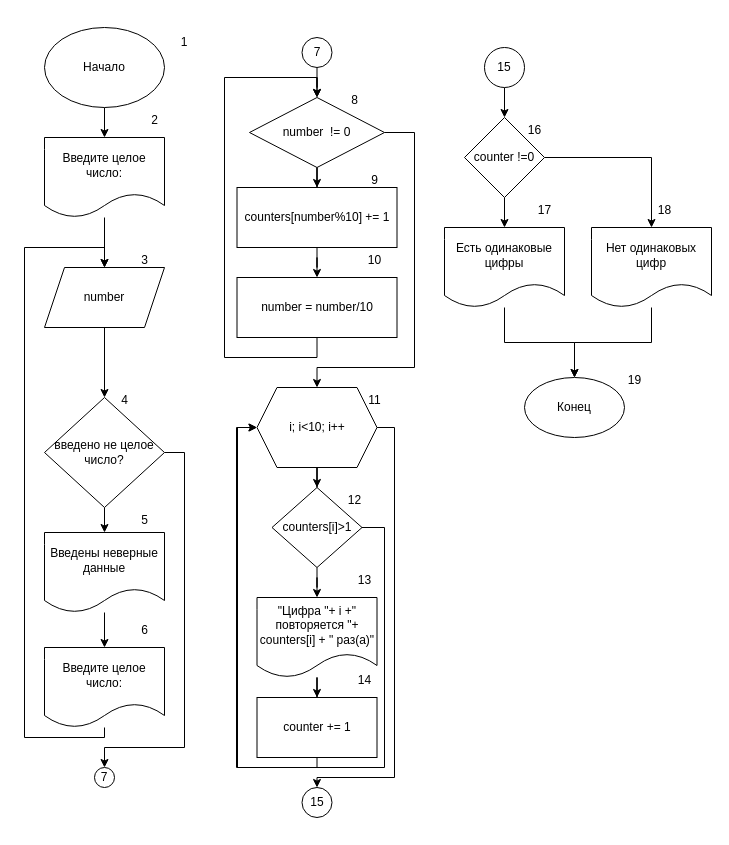
The draw.io diagram Задание5.drawio in 00Unreal00/projectforprogramming, before the edit. Source tidied: cells renumbered, new cells numbered last; positions are measured from the earlier drawing's top-left corner, leaving out a move shared by most shapes. Both pictures are drawn from the tidied source at 100%, with x=0, y=0 at pixel (24, 27).
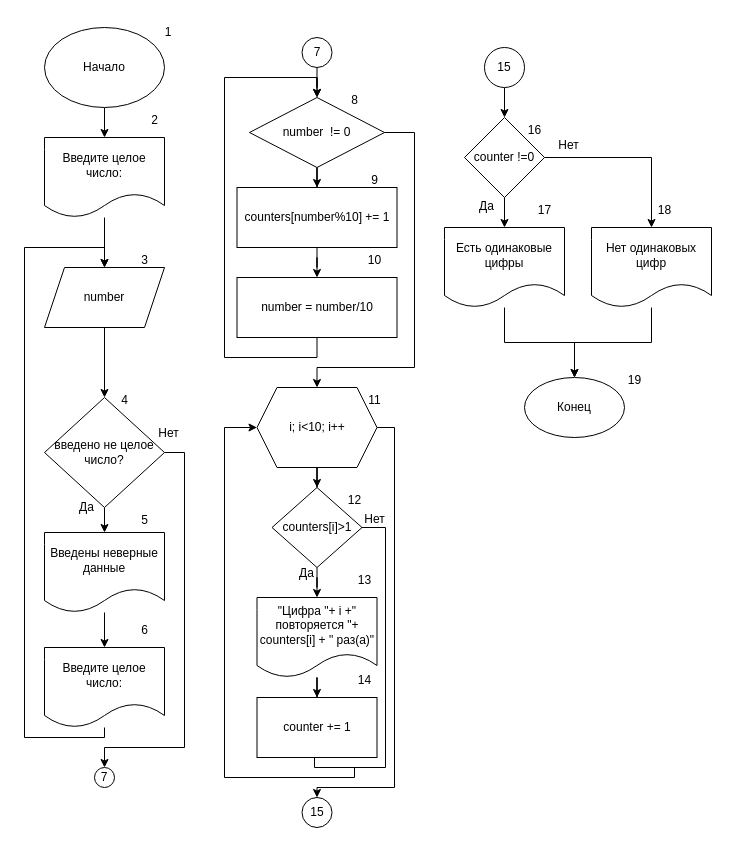
The same page after the edit.

Unchanged cells that the change refers to:
```xml
<mxCell id="27" value="i; i&amp;lt;10; i++" style="shape=hexagon;perimeter=hexagonPerimeter2;whiteSpace=wrap;html=1;fixedSize=1;" parent="1" vertex="1">
  <mxGeometry x="232.5" y="360" width="120" height="80" as="geometry" />
</mxCell>
<mxCell id="30" value="counters[i]&amp;gt;1" style="rhombus;whiteSpace=wrap;html=1;" parent="1" vertex="1">
  <mxGeometry x="247.5" y="460" width="90" height="80" as="geometry" />
</mxCell>
<mxCell id="32" value="counter += 1" style="rounded=0;whiteSpace=wrap;html=1;" parent="1" vertex="1">
  <mxGeometry x="232.5" y="670" width="120" height="60" as="geometry" />
</mxCell>
```

The edit, as a diff of the source:
```diff
@@
     <mxCell id="26" style="edgeStyle=orthogonalEdgeStyle;rounded=0;jettySize=auto;html=1;entryX=0.5;entryY=0;entryDx=0;entryDy=0;" parent="1" edge="1" source="27" target="35">
       <mxGeometry relative="1" as="geometry">
         <Array as="points">
           <mxPoint x="370" y="400" />
-          <mxPoint x="370" y="750" />
-          <mxPoint x="293" y="750" />
+          <mxPoint x="370" y="760" />
+          <mxPoint x="293" y="760" />
         </Array>
       </mxGeometry>
     </mxCell>
@@
-    <mxCell id="29" style="edgeStyle=orthogonalEdgeStyle;rounded=0;jettySize=auto;html=1;entryX=0;entryY=0.5;entryDx=0;entryDy=0;" parent="1" edge="1" source="30" target="27">
-      <mxGeometry relative="1" as="geometry">
-        <Array as="points">
-          <mxPoint x="360" y="500" />
-          <mxPoint x="360" y="740" />
-          <mxPoint x="212" y="740" />
-          <mxPoint x="212" y="400" />
-        </Array>
-      </mxGeometry>
-    </mxCell>
@@
-    <mxCell id="31" style="edgeStyle=orthogonalEdgeStyle;rounded=0;jettySize=auto;html=1;entryX=0;entryY=0.5;entryDx=0;entryDy=0;" parent="1" edge="1" source="32" target="27">
-      <mxGeometry relative="1" as="geometry">
-        <Array as="points">
-          <mxPoint x="293" y="740" />
-          <mxPoint x="213" y="740" />
-          <mxPoint x="213" y="400" />
-        </Array>
-      </mxGeometry>
-    </mxCell>
@@
     <mxCell id="35" value="15" style="ellipse;whiteSpace=wrap;html=1;" parent="1" vertex="1">
-      <mxGeometry x="277.5" y="760" width="30" height="30" as="geometry" />
+      <mxGeometry x="277.5" y="770" width="30" height="30" as="geometry" />
     </mxCell>
@@
     <mxCell id="46" value="1" style="text;html=1;align=center;verticalAlign=middle;whiteSpace=wrap;rounded=0;" parent="1" vertex="1">
-      <mxGeometry x="130" width="60" height="30" as="geometry" />
+      <mxGeometry x="114" y="-10" width="60" height="30" as="geometry" />
     </mxCell>
@@
+    <mxCell id="63" style="endArrow=none;html=1;rounded=0;entryX=1;entryY=0.5;entryDx=0;entryDy=0;" parent="1" edge="1" target="30">
+      <mxGeometry relative="1" as="geometry">
+        <mxPoint x="290" y="730" as="sourcePoint" />
+        <Array as="points">
+          <mxPoint x="290" y="740" />
+          <mxPoint x="361" y="740" />
+          <mxPoint x="361" y="500" />
+        </Array>
+      </mxGeometry>
+    </mxCell>
+    <mxCell id="64" style="endArrow=classic;html=1;rounded=0;entryX=0;entryY=0.5;entryDx=0;entryDy=0;" parent="1" edge="1" target="27">
+      <mxGeometry relative="1" as="geometry">
+        <mxPoint x="330" y="740" as="sourcePoint" />
+        <Array as="points">
+          <mxPoint x="330" y="750" />
+          <mxPoint x="200" y="750" />
+          <mxPoint x="200" y="400" />
+        </Array>
+      </mxGeometry>
+    </mxCell>
+    <mxCell id="65" value="Да" style="text;html=1;align=center;verticalAlign=middle;strokeColor=none;fillColor=none;" parent="1" vertex="1">
+      <mxGeometry x="45" y="467" width="33" height="26" as="geometry" />
+    </mxCell>
+    <mxCell id="66" value="Нет" style="text;html=1;align=center;verticalAlign=middle;strokeColor=none;fillColor=none;" parent="1" vertex="1">
+      <mxGeometry x="125" y="393" width="38" height="26" as="geometry" />
+    </mxCell>
+    <mxCell id="67" value="Да" style="text;html=1;align=center;verticalAlign=middle;strokeColor=none;fillColor=none;" parent="1" vertex="1">
+      <mxGeometry x="265" y="533" width="33" height="26" as="geometry" />
+    </mxCell>
+    <mxCell id="68" value="Нет" style="text;html=1;align=center;verticalAlign=middle;strokeColor=none;fillColor=none;" parent="1" vertex="1">
+      <mxGeometry x="331" y="479" width="38" height="26" as="geometry" />
+    </mxCell>
+    <mxCell id="69" value="Да" style="text;html=1;align=center;verticalAlign=middle;strokeColor=none;fillColor=none;" parent="1" vertex="1">
+      <mxGeometry x="445" y="166" width="33" height="26" as="geometry" />
+    </mxCell>
+    <mxCell id="70" value="Нет" style="text;html=1;align=center;verticalAlign=middle;strokeColor=none;fillColor=none;" parent="1" vertex="1">
+      <mxGeometry x="525" y="105" width="38" height="26" as="geometry" />
+    </mxCell>
```
